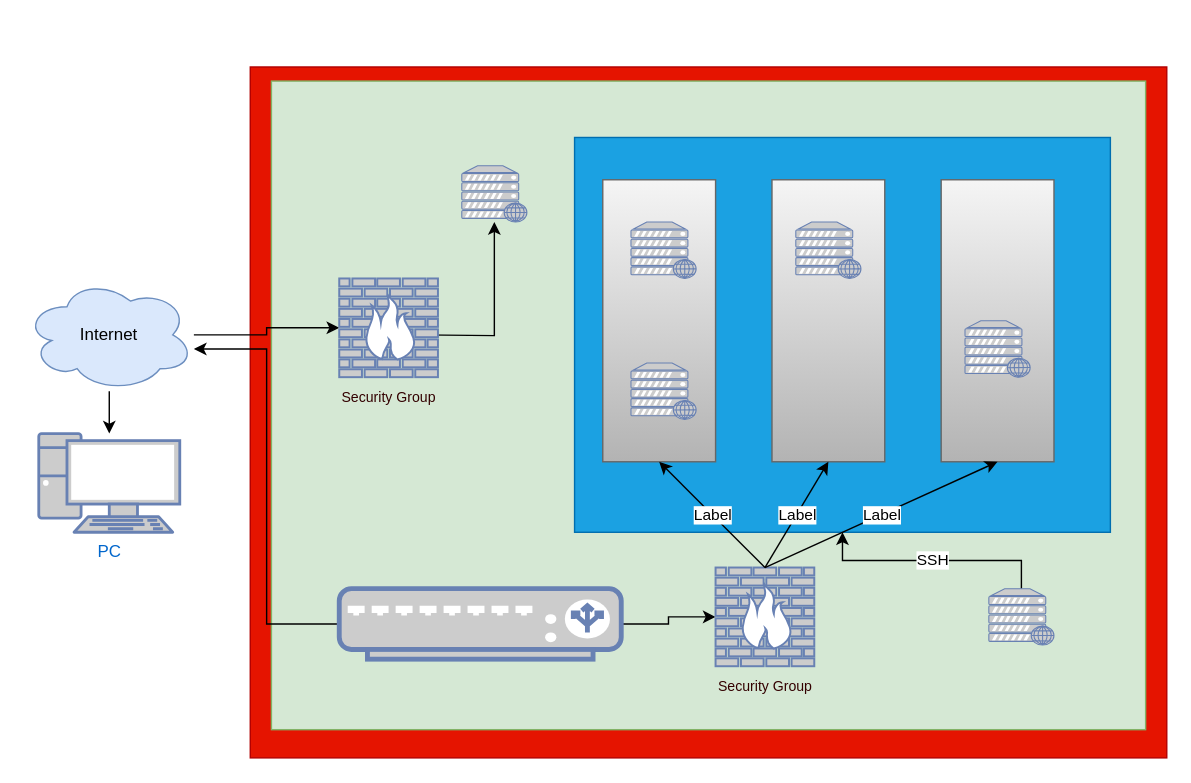
The draw.io diagram network_diagrams/Untitled Diagram.drawio in Gbigley01/DUCyber01, before the edit. Source tidied: cells renumbered, new cells numbered last; positions are measured from the earlier drawing's top-left corner, leaving out a move shared by most shapes. Both pictures are drawn from the tidied source at 141%, with x=0, y=0 at pixel (24, 66).
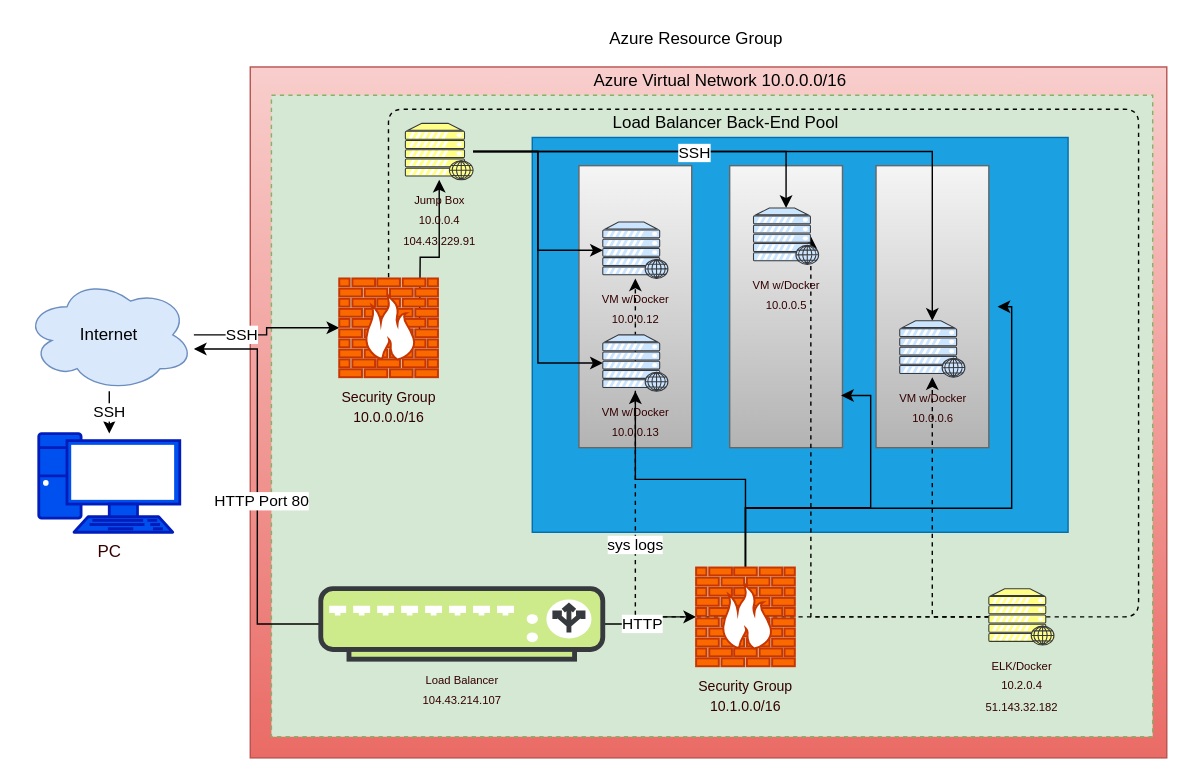
Above is the later version.

Commit message:
ELK-Project-Diagram

Unchanged cells that the change refers to:
```xml
<mxCell id="10" style="edgeStyle=orthogonalEdgeStyle;rounded=0;jettySize=auto;html=1;" parent="1" edge="1" source="11" target="24">
  <mxGeometry relative="1" as="geometry" />
</mxCell>
<mxCell id="11" value="Internet" style="ellipse;shape=cloud;whiteSpace=wrap;html=1;fillColor=#dae8fc;strokeColor=#6c8ebf;" parent="1" vertex="1">
  <mxGeometry y="150" width="120" height="80" as="geometry" />
</mxCell>
<mxCell id="19" style="edgeStyle=orthogonalEdgeStyle;rounded=0;jettySize=auto;html=1;entryX=1;entryY=0.625;entryDx=0;entryDy=0;entryPerimeter=0;" parent="1" edge="1" source="21" target="11">
  <mxGeometry relative="1" as="geometry" />
</mxCell>
<mxCell id="20" style="edgeStyle=orthogonalEdgeStyle;rounded=0;jettySize=auto;html=1;" parent="1" edge="1" source="21" target="23">
  <mxGeometry relative="1" as="geometry" />
</mxCell>
```

What changed in the source:
```diff
@@
-    <mxCell id="2" style="rounded=0;whiteSpace=wrap;html=1;fillColor=#e51400;strokeColor=#B20000;fontColor=#ffffff;" parent="1" vertex="1">
+    <mxCell id="2" style="rounded=0;whiteSpace=wrap;html=1;fillColor=#f8cecc;strokeColor=#b85450;gradientColor=#ea6b66;" parent="1" vertex="1">
       <mxGeometry x="160" width="650" height="490" as="geometry" />
     </mxCell>
-    <mxCell id="3" style="rounded=0;whiteSpace=wrap;html=1;fillColor=#d5e8d4;strokeColor=#82b366;fontSize=8;" parent="1" vertex="1">
-      <mxGeometry x="175" y="10" width="620" height="460" as="geometry" />
+    <mxCell id="3" style="rounded=0;whiteSpace=wrap;html=1;fillColor=#d5e8d4;strokeColor=#82b366;fontSize=8;dashed=1;" parent="1" vertex="1">
+      <mxGeometry x="175" y="20" width="625" height="455" as="geometry" />
     </mxCell>
     <mxCell id="4" style="rounded=0;whiteSpace=wrap;html=1;fillColor=#1ba1e2;strokeColor=#006EAF;fontColor=#ffffff;" parent="1" vertex="1">
-      <mxGeometry x="390" y="50" width="380" height="280" as="geometry" />
+      <mxGeometry x="360" y="50" width="380" height="280" as="geometry" />
     </mxCell>
     <mxCell id="5" value="&lt;table&gt;&lt;tbody&gt;&lt;tr&gt;&lt;td&gt;&lt;br&gt;&lt;/td&gt;&lt;/tr&gt;&lt;/tbody&gt;&lt;/table&gt;" style="rounded=0;html=1;fillColor=#f5f5f5;strokeColor=#666666;horizontal=0;align=left;whiteSpace=wrap;gradientColor=#b3b3b3;" parent="1" vertex="1">
-      <mxGeometry x="410" y="80" width="80" height="200" as="geometry" />
+      <mxGeometry x="393.1" y="70" width="80" height="200" as="geometry" />
     </mxCell>
     <mxCell id="6" style="rounded=0;whiteSpace=wrap;html=1;fillColor=#f5f5f5;strokeColor=#666666;gradientColor=#b3b3b3;" parent="1" vertex="1">
-      <mxGeometry x="530" y="80" width="80" height="200" as="geometry" />
+      <mxGeometry x="500" y="70" width="80" height="200" as="geometry" />
     </mxCell>
     <mxCell id="7" style="rounded=0;whiteSpace=wrap;html=1;fillColor=#f5f5f5;strokeColor=#666666;gradientColor=#b3b3b3;" parent="1" vertex="1">
-      <mxGeometry x="650" y="80" width="80" height="200" as="geometry" />
+      <mxGeometry x="603.8" y="70" width="80" height="200" as="geometry" />
     </mxCell>
@@
-    <mxCell id="9" style="edgeStyle=orthogonalEdgeStyle;rounded=0;jettySize=auto;html=1;" parent="1" edge="1" source="11" target="22">
+    <mxCell id="9" value="SSH" style="edgeStyle=orthogonalEdgeStyle;rounded=0;jettySize=auto;html=1;" parent="1" edge="1" source="11" target="22">
       <mxGeometry relative="1" as="geometry" />
     </mxCell>
@@
+    <mxCell id="31" value="SSH" style="edgeLabel;html=1;align=center;verticalAlign=middle;" parent="10" vertex="1">
+      <mxGeometry x="-0.39" y="1" relative="1" as="geometry" />
+    </mxCell>
@@
-    <mxCell id="12" style="fontColor=#0066CC;verticalAlign=top;verticalLabelPosition=bottom;labelPosition=center;align=center;html=1;outlineConnect=0;fillColor=#CCCCCC;strokeColor=#6881B3;gradientColor=none;gradientDirection=north;strokeWidth=2;shape=mxgraph.networks.web_server;" parent="1" vertex="1">
-      <mxGeometry x="430" y="110" width="46.2" height="40" as="geometry" />
+    <mxCell id="12" value="&lt;font color=&quot;#330000&quot; style=&quot;font-size: 8px&quot;&gt;VM w/Docker&lt;br&gt;10.0.0.12&lt;br&gt;&lt;/font&gt;" style="verticalAlign=top;verticalLabelPosition=bottom;labelPosition=center;align=center;html=1;outlineConnect=0;fillColor=#cce5ff;strokeColor=#36393d;gradientDirection=north;strokeWidth=2;shape=mxgraph.networks.web_server;" parent="1" vertex="1">
+      <mxGeometry x="410" y="110" width="46.2" height="40" as="geometry" />
     </mxCell>
-    <mxCell id="13" value="SSH" style="edgeStyle=orthogonalEdgeStyle;rounded=0;jettySize=auto;html=1;" parent="1" edge="1" source="14" target="4">
-      <mxGeometry relative="1" as="geometry" />
-    </mxCell>
+    <mxCell id="32" style="edgeStyle=orthogonalEdgeStyle;rounded=0;jettySize=auto;html=1;labelBackgroundColor=#FFFFFF;dashed=1;" parent="1" edge="1" source="14" target="16">
+      <mxGeometry relative="1" as="geometry" />
+    </mxCell>
+    <mxCell id="33" style="edgeStyle=orthogonalEdgeStyle;rounded=0;jettySize=auto;html=1;entryX=0.88;entryY=0.5;entryDx=0;entryDy=0;entryPerimeter=0;dashed=1;labelBackgroundColor=#FFFFFF;" parent="1" edge="1" source="14" target="17">
+      <mxGeometry relative="1" as="geometry" />
+    </mxCell>
+    <mxCell id="34" style="edgeStyle=orthogonalEdgeStyle;rounded=0;jettySize=auto;html=1;dashed=1;labelBackgroundColor=#FFFFFF;" parent="1" edge="1" source="14" target="12">
+      <mxGeometry relative="1" as="geometry" />
+    </mxCell>
+    <mxCell id="35" value="sys logs" style="edgeLabel;html=1;align=center;verticalAlign=middle;" parent="34" vertex="1">
+      <mxGeometry x="0.23" y="1" relative="1" as="geometry" />
+    </mxCell>
-    <mxCell id="14" style="fontColor=#0066CC;verticalAlign=top;verticalLabelPosition=bottom;labelPosition=center;align=center;html=1;outlineConnect=0;fillColor=#CCCCCC;strokeColor=#6881B3;gradientColor=none;gradientDirection=north;strokeWidth=2;shape=mxgraph.networks.web_server;" parent="1" vertex="1">
+    <mxCell id="14" value="&lt;font color=&quot;#330000&quot; style=&quot;font-size: 8px&quot;&gt;ELK/Docker&lt;br&gt;10.2.0.4&lt;br&gt;51.143.32.182&lt;br&gt;&lt;/font&gt;" style="verticalAlign=top;verticalLabelPosition=bottom;labelPosition=center;align=center;html=1;outlineConnect=0;fillColor=#ffff88;strokeColor=#36393d;gradientDirection=north;strokeWidth=2;shape=mxgraph.networks.web_server;" parent="1" vertex="1">
       <mxGeometry x="683.8" y="370" width="46.2" height="40" as="geometry" />
     </mxCell>
+    <mxCell id="36" style="edgeStyle=orthogonalEdgeStyle;rounded=0;jettySize=auto;html=1;entryX=0;entryY=0.5;entryDx=0;entryDy=0;entryPerimeter=0;labelBackgroundColor=#FFFFFF;" parent="1" edge="1" source="15" target="12">
+      <mxGeometry relative="1" as="geometry" />
+    </mxCell>
+    <mxCell id="37" style="edgeStyle=orthogonalEdgeStyle;rounded=0;jettySize=auto;html=1;entryX=0;entryY=0.5;entryDx=0;entryDy=0;entryPerimeter=0;labelBackgroundColor=#FFFFFF;" parent="1" edge="1" source="15" target="18">
+      <mxGeometry relative="1" as="geometry" />
+    </mxCell>
+    <mxCell id="38" style="edgeStyle=orthogonalEdgeStyle;rounded=0;jettySize=auto;html=1;entryX=0.5;entryY=0;entryDx=0;entryDy=0;entryPerimeter=0;labelBackgroundColor=#FFFFFF;" parent="1" edge="1" source="15" target="17">
+      <mxGeometry relative="1" as="geometry" />
+    </mxCell>
+    <mxCell id="39" style="edgeStyle=orthogonalEdgeStyle;rounded=0;jettySize=auto;html=1;labelBackgroundColor=#FFFFFF;" parent="1" edge="1" source="15" target="16">
+      <mxGeometry relative="1" as="geometry" />
+    </mxCell>
+    <mxCell id="40" value="SSH" style="edgeLabel;html=1;align=center;verticalAlign=middle;" parent="39" vertex="1">
+      <mxGeometry x="-0.3" relative="1" as="geometry" />
+    </mxCell>
-    <mxCell id="15" style="fontColor=#0066CC;verticalAlign=top;verticalLabelPosition=bottom;labelPosition=center;align=center;html=1;outlineConnect=0;fillColor=#CCCCCC;strokeColor=#6881B3;gradientColor=none;gradientDirection=north;strokeWidth=2;shape=mxgraph.networks.web_server;" parent="1" vertex="1">
-      <mxGeometry x="310" y="70" width="46.2" height="40" as="geometry" />
+    <mxCell id="15" value="&lt;font&gt;&lt;font color=&quot;#330000&quot;&gt;&lt;span style=&quot;font-size: 8px&quot;&gt;Jump Box&lt;/span&gt;&lt;/font&gt;&lt;br&gt;&lt;font color=&quot;#330000&quot;&gt;&lt;span style=&quot;font-size: 8px&quot;&gt;10.0.0.4&lt;br&gt;104.43.229.91&lt;br&gt;&lt;/span&gt;&lt;/font&gt;&lt;/font&gt;" style="verticalAlign=top;verticalLabelPosition=bottom;labelPosition=center;align=center;html=1;outlineConnect=0;fillColor=#ffff88;strokeColor=#36393d;gradientDirection=north;strokeWidth=2;shape=mxgraph.networks.web_server;" parent="1" vertex="1">
+      <mxGeometry x="270" y="40" width="48" height="40" as="geometry" />
     </mxCell>
-    <mxCell id="16" style="fontColor=#0066CC;verticalAlign=top;verticalLabelPosition=bottom;labelPosition=center;align=center;html=1;outlineConnect=0;fillColor=#CCCCCC;strokeColor=#6881B3;gradientColor=none;gradientDirection=north;strokeWidth=2;shape=mxgraph.networks.web_server;" parent="1" vertex="1">
-      <mxGeometry x="666.9" y="180" width="46.2" height="40" as="geometry" />
+    <mxCell id="16" value="&lt;font style=&quot;font-size: 8px&quot; color=&quot;#330000&quot;&gt;VM w/Docker&lt;br&gt;10.0.0.6&lt;/font&gt;" style="verticalAlign=top;verticalLabelPosition=bottom;labelPosition=center;align=center;html=1;outlineConnect=0;fillColor=#cce5ff;strokeColor=#36393d;gradientDirection=north;strokeWidth=2;shape=mxgraph.networks.web_server;" parent="1" vertex="1">
+      <mxGeometry x="620.6" y="180" width="46.2" height="40" as="geometry" />
     </mxCell>
-    <mxCell id="17" style="fontColor=#0066CC;verticalAlign=top;verticalLabelPosition=bottom;labelPosition=center;align=center;html=1;outlineConnect=0;fillColor=#CCCCCC;strokeColor=#6881B3;gradientColor=none;gradientDirection=north;strokeWidth=2;shape=mxgraph.networks.web_server;" parent="1" vertex="1">
-      <mxGeometry x="546.9" y="110" width="46.2" height="40" as="geometry" />
+    <mxCell id="17" value="&lt;font style=&quot;font-size: 8px&quot; color=&quot;#330000&quot;&gt;VM w/Docker&lt;br&gt;10.0.0.5&lt;/font&gt;" style="verticalAlign=top;verticalLabelPosition=bottom;labelPosition=center;align=center;html=1;outlineConnect=0;fillColor=#cce5ff;strokeColor=#36393d;gradientDirection=north;strokeWidth=2;shape=mxgraph.networks.web_server;" parent="1" vertex="1">
+      <mxGeometry x="516.9" y="100" width="46.2" height="40" as="geometry" />
     </mxCell>
-    <mxCell id="18" style="fontColor=#0066CC;verticalAlign=top;verticalLabelPosition=bottom;labelPosition=center;align=center;html=1;outlineConnect=0;fillColor=#CCCCCC;strokeColor=#6881B3;gradientColor=none;gradientDirection=north;strokeWidth=2;shape=mxgraph.networks.web_server;" parent="1" vertex="1">
-      <mxGeometry x="430" y="210" width="46.2" height="40" as="geometry" />
+    <mxCell id="18" value="&lt;font color=&quot;#330000&quot; style=&quot;font-size: 8px&quot;&gt;VM w/Docker&lt;br&gt;10.0.0.13&lt;br&gt;&lt;/font&gt;" style="verticalAlign=top;verticalLabelPosition=bottom;labelPosition=center;align=center;html=1;outlineConnect=0;fillColor=#cce5ff;strokeColor=#36393d;gradientDirection=north;strokeWidth=2;shape=mxgraph.networks.web_server;" parent="1" vertex="1">
+      <mxGeometry x="410" y="190" width="46.2" height="40" as="geometry" />
     </mxCell>
@@
+    <mxCell id="41" value="HTTP Port 80" style="edgeLabel;html=1;align=center;verticalAlign=middle;" parent="19" vertex="1">
+      <mxGeometry x="-0.07" y="-2" relative="1" as="geometry" />
+    </mxCell>
@@
+    <mxCell id="42" value="HTTP" style="edgeLabel;html=1;align=center;verticalAlign=middle;" parent="20" vertex="1">
+      <mxGeometry x="-0.25" y="1" relative="1" as="geometry" />
+    </mxCell>
-    <mxCell id="21" style="fontColor=#0066CC;verticalAlign=top;verticalLabelPosition=bottom;labelPosition=center;align=center;html=1;outlineConnect=0;fillColor=#CCCCCC;strokeColor=#6881B3;gradientColor=none;gradientDirection=north;strokeWidth=2;shape=mxgraph.networks.load_balancer;" parent="1" vertex="1">
-      <mxGeometry x="223.1" y="370" width="200" height="50" as="geometry" />
+    <mxCell id="21" value="&lt;font style=&quot;font-size: 8px&quot; color=&quot;#330000&quot;&gt;Load Balancer&lt;br&gt;104.43.214.107&lt;/font&gt;" style="verticalAlign=top;verticalLabelPosition=bottom;labelPosition=center;align=center;html=1;outlineConnect=0;fillColor=#cdeb8b;strokeColor=#36393d;gradientDirection=north;strokeWidth=2;shape=mxgraph.networks.load_balancer;" parent="1" vertex="1">
+      <mxGeometry x="210" y="370" width="200" height="50" as="geometry" />
     </mxCell>
-    <mxCell id="22" value="PC" style="fontColor=#0066CC;verticalAlign=top;verticalLabelPosition=bottom;labelPosition=center;align=center;html=1;outlineConnect=0;fillColor=#CCCCCC;strokeColor=#6881B3;gradientColor=none;gradientDirection=north;strokeWidth=2;shape=mxgraph.networks.pc;" parent="1" vertex="1">
+    <mxCell id="22" value="&lt;font color=&quot;#330000&quot;&gt;PC&lt;/font&gt;" style="verticalAlign=top;verticalLabelPosition=bottom;labelPosition=center;align=center;html=1;outlineConnect=0;fillColor=#0050ef;strokeColor=#001DBC;gradientDirection=north;strokeWidth=2;shape=mxgraph.networks.pc;fontColor=#ffffff;" parent="1" vertex="1">
       <mxGeometry x="10" y="260" width="100" height="70" as="geometry" />
     </mxCell>
+    <mxCell id="43" style="edgeStyle=orthogonalEdgeStyle;rounded=0;jettySize=auto;html=1;labelBackgroundColor=#FFFFFF;" parent="1" edge="1" source="23">
+      <mxGeometry relative="1" as="geometry">
+        <mxPoint x="690" y="170" as="targetPoint" />
+        <Array as="points">
+          <mxPoint x="511" y="313" />
+          <mxPoint x="700" y="313" />
+          <mxPoint x="700" y="170" />
+        </Array>
+      </mxGeometry>
+    </mxCell>
+    <mxCell id="27" style="edgeStyle=orthogonalEdgeStyle;rounded=0;jettySize=auto;html=1;entryX=0.988;entryY=0.815;entryDx=0;entryDy=0;entryPerimeter=0;labelBackgroundColor=#FFFFFF;" parent="1" edge="1" source="23" target="6">
+      <mxGeometry relative="1" as="geometry" />
+    </mxCell>
+    <mxCell id="44" style="edgeStyle=orthogonalEdgeStyle;rounded=0;jettySize=auto;html=1;exitX=0.5;exitY=0;exitDx=0;exitDy=0;exitPerimeter=0;labelBackgroundColor=#FFFFFF;" parent="1" edge="1" source="23" target="18">
+      <mxGeometry relative="1" as="geometry" />
+    </mxCell>
-    <mxCell id="23" value="&lt;font size=&quot;1&quot; color=&quot;#330000&quot;&gt;Security Group&lt;/font&gt;" style="fontColor=#0066CC;verticalAlign=top;verticalLabelPosition=bottom;labelPosition=center;align=center;html=1;outlineConnect=0;fillColor=#CCCCCC;strokeColor=#6881B3;gradientColor=none;gradientDirection=north;strokeWidth=2;shape=mxgraph.networks.firewall;" parent="1" vertex="1">
-      <mxGeometry x="490" y="355" width="70" height="70" as="geometry" />
+    <mxCell id="23" value="&lt;font size=&quot;1&quot; color=&quot;#330000&quot;&gt;Security Group&lt;br&gt;10.1.0.0/16&lt;br&gt;&lt;/font&gt;" style="fontColor=#ffffff;verticalAlign=top;verticalLabelPosition=bottom;labelPosition=center;align=center;html=1;outlineConnect=0;fillColor=#fa6800;strokeColor=#C73500;gradientDirection=north;strokeWidth=2;shape=mxgraph.networks.firewall;" parent="1" vertex="1">
+      <mxGeometry x="476.2" y="355" width="70" height="70" as="geometry" />
     </mxCell>
-    <mxCell id="24" value="&lt;font size=&quot;1&quot; color=&quot;#330000&quot;&gt;Security Group&lt;/font&gt;" style="fontColor=#0066CC;verticalAlign=top;verticalLabelPosition=bottom;labelPosition=center;align=center;html=1;outlineConnect=0;fillColor=#CCCCCC;strokeColor=#6881B3;gradientColor=none;gradientDirection=north;strokeWidth=2;shape=mxgraph.networks.firewall;" parent="1" vertex="1">
+    <mxCell id="24" value="&lt;font size=&quot;1&quot; color=&quot;#330000&quot;&gt;Security Group&lt;br&gt;10.0.0.0/16&lt;br&gt;&lt;/font&gt;" style="fontColor=#ffffff;verticalAlign=top;verticalLabelPosition=bottom;labelPosition=center;align=center;html=1;outlineConnect=0;fillColor=#fa6800;strokeColor=#C73500;gradientDirection=north;strokeWidth=2;shape=mxgraph.networks.firewall;" parent="1" vertex="1">
       <mxGeometry x="223.1" y="150" width="70" height="70" as="geometry" />
     </mxCell>
-    <mxCell id="25" style="endArrow=classic;html=1;entryX=0.5;entryY=1;entryDx=0;entryDy=0;exitX=0.5;exitY=0;exitDx=0;exitDy=0;exitPerimeter=0;" parent="1" edge="1" source="23" target="5">
-      <mxGeometry relative="1" as="geometry" />
-    </mxCell>
-    <mxCell id="26" value="Label" style="edgeLabel;html=1;align=center;verticalAlign=middle;" parent="25" vertex="1">
-      <mxGeometry relative="1" as="geometry" />
-    </mxCell>
-    <mxCell id="27" style="endArrow=classic;html=1;entryX=0.5;entryY=1;entryDx=0;entryDy=0;exitX=0.5;exitY=0;exitDx=0;exitDy=0;exitPerimeter=0;" parent="1" edge="1" source="23" target="6">
-      <mxGeometry relative="1" as="geometry" />
-    </mxCell>
-    <mxCell id="28" value="Label" style="edgeLabel;html=1;align=center;verticalAlign=middle;" parent="27" vertex="1">
-      <mxGeometry relative="1" as="geometry" />
-    </mxCell>
-    <mxCell id="29" style="endArrow=classic;html=1;entryX=0.5;entryY=1;entryDx=0;entryDy=0;exitX=0.5;exitY=0;exitDx=0;exitDy=0;exitPerimeter=0;" parent="1" edge="1" source="23" target="7">
-      <mxGeometry relative="1" as="geometry" />
-    </mxCell>
-    <mxCell id="30" value="Label" style="edgeLabel;html=1;align=center;verticalAlign=middle;" parent="29" vertex="1">
-      <mxGeometry relative="1" as="geometry" />
-    </mxCell>
+    <mxCell id="45" style="endArrow=none;dashed=1;html=1;labelBackgroundColor=#FFFFFF;exitX=0.88;exitY=0.5;exitDx=0;exitDy=0;exitPerimeter=0;entryX=0.5;entryY=0;entryDx=0;entryDy=0;entryPerimeter=0;" parent="1" edge="1" source="14" target="24">
+      <mxGeometry relative="1" as="geometry">
+        <Array as="points">
+          <mxPoint x="790" y="390" />
+          <mxPoint x="790" y="30" />
+          <mxPoint x="258" y="30" />
+        </Array>
+      </mxGeometry>
+    </mxCell>
+    <mxCell id="46" value="Load Balancer Back-End Pool" style="text;html=1;align=center;verticalAlign=middle;" parent="1" vertex="1">
+      <mxGeometry x="406.9" y="30" width="180" height="20" as="geometry" />
+    </mxCell>
+    <mxCell id="47" value="Azure Virtual Network 10.0.0.0/16" style="text;html=1;align=center;verticalAlign=middle;" parent="1" vertex="1">
+      <mxGeometry x="398.1" width="190" height="20" as="geometry" />
+    </mxCell>
+    <mxCell id="48" value="Azure Resource Group" style="text;html=1;align=center;verticalAlign=middle;" parent="1" vertex="1">
+      <mxGeometry x="406.3" y="-30" width="140" height="20" as="geometry" />
+    </mxCell>
```
